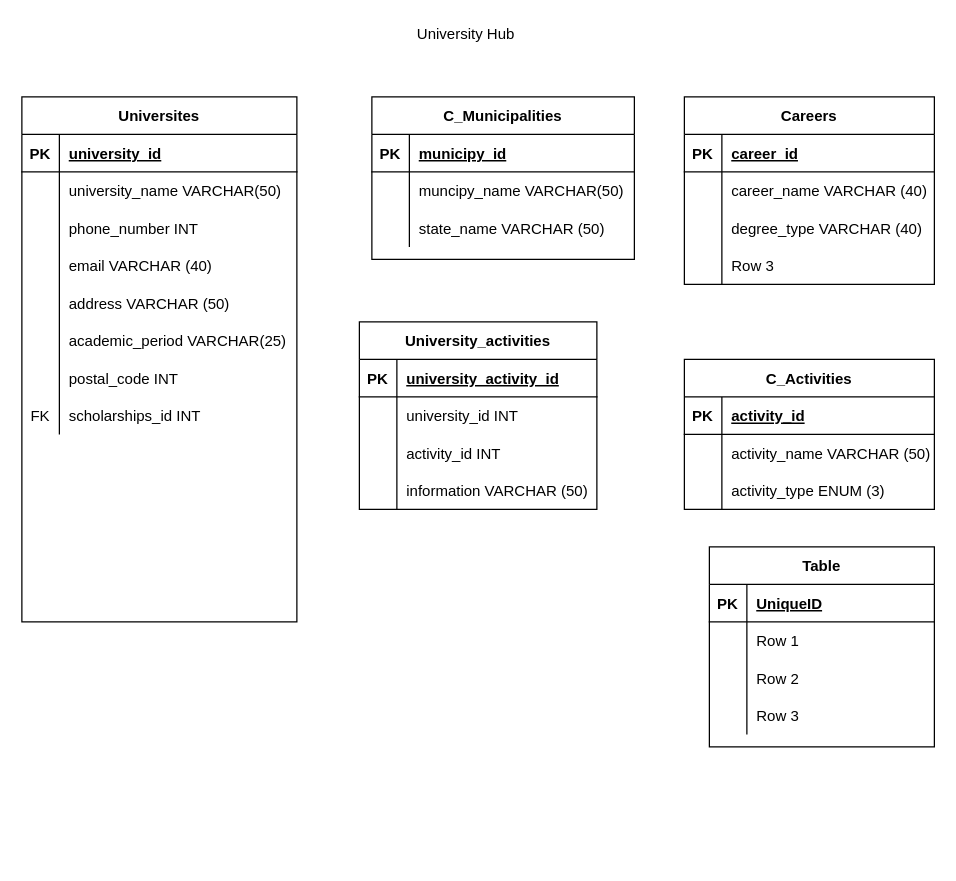
Above: Untitled Diagram.drawio in University-Hub/Entity-Relationship-Model (draw.io), before the change. Source tidied: cells renumbered, new cells numbered last; positions are measured from the earlier drawing's top-left corner, leaving out a move shared by most shapes. Both pictures are drawn from the tidied source at 125%, with x=0, y=0 at pixel (21, 21).
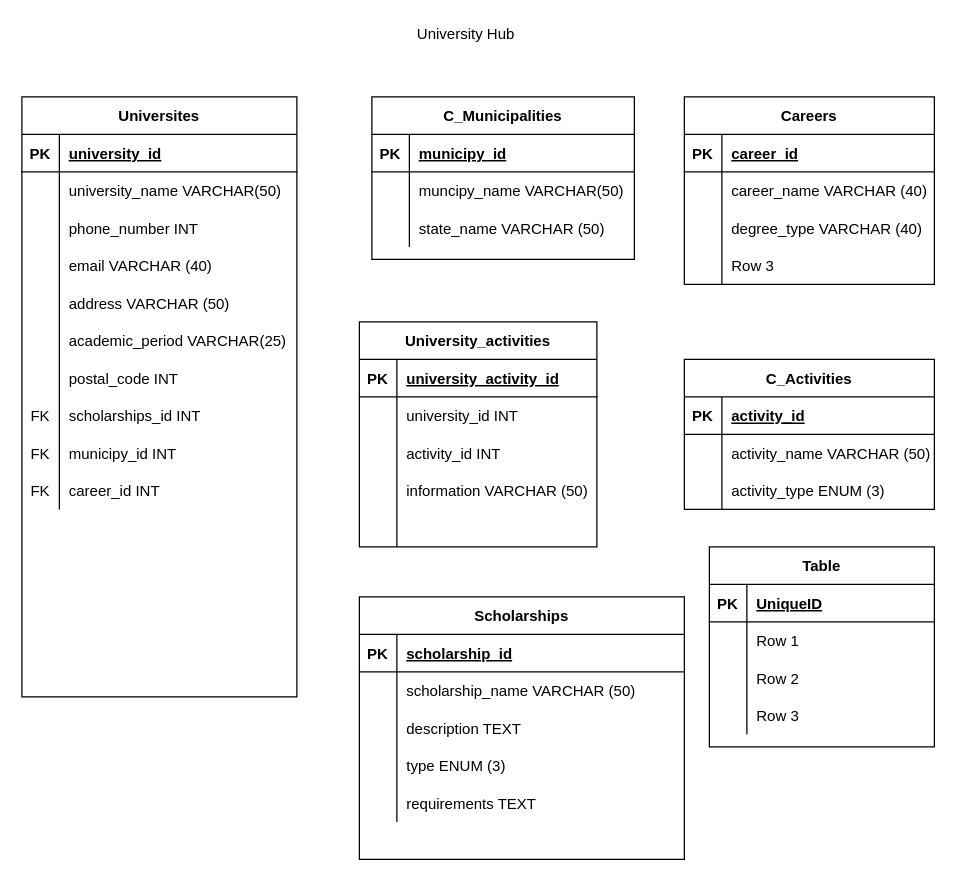
Above is the later version.

What changed in the source:
```diff
@@
     <mxCell id="3" value="Universites" style="shape=table;startSize=30;childLayout=tableLayout;rowLines=0;fontStyle=1;align=center;" parent="1" vertex="1">
-      <mxGeometry y="60" width="220" height="420" as="geometry" />
+      <mxGeometry y="60" width="220" height="480" as="geometry" />
     </mxCell>
@@
+    <mxCell id="87" style="shape=partialRectangle;fillColor=none;top=0;left=0;bottom=0;right=0;" parent="3" vertex="1">
+      <mxGeometry y="270" width="220" height="30" as="geometry" />
+    </mxCell>
+    <mxCell id="88" value="FK" style="shape=partialRectangle;fillColor=none;top=0;left=0;bottom=0;right=0;overflow=hidden;" parent="87" vertex="1">
+      <mxGeometry width="30" height="30" as="geometry" />
+    </mxCell>
+    <mxCell id="89" value="municipy_id INT" style="shape=partialRectangle;fillColor=none;top=0;left=0;bottom=0;right=0;align=left;spacingLeft=6;overflow=hidden;" parent="87" vertex="1">
+      <mxGeometry x="30" width="190" height="30" as="geometry" />
+    </mxCell>
+    <mxCell id="90" style="shape=partialRectangle;fillColor=none;top=0;left=0;bottom=0;right=0;" parent="3" vertex="1">
+      <mxGeometry y="300" width="220" height="30" as="geometry" />
+    </mxCell>
+    <mxCell id="91" value="FK" style="shape=partialRectangle;fillColor=none;top=0;left=0;bottom=0;right=0;overflow=hidden;" parent="90" vertex="1">
+      <mxGeometry width="30" height="30" as="geometry" />
+    </mxCell>
+    <mxCell id="92" value="career_id INT" style="shape=partialRectangle;fillColor=none;top=0;left=0;bottom=0;right=0;align=left;spacingLeft=6;overflow=hidden;" parent="90" vertex="1">
+      <mxGeometry x="30" width="190" height="30" as="geometry" />
+    </mxCell>
@@
     <mxCell id="61" value="University_activities" style="shape=table;startSize=30;childLayout=tableLayout;rowLines=0;fontStyle=1;align=center;" parent="1" vertex="1">
-      <mxGeometry x="270" y="240" width="190" height="150" as="geometry" />
+      <mxGeometry x="270" y="240" width="190" height="180" as="geometry" />
     </mxCell>
@@
+    <mxCell id="93" style="shape=partialRectangle;fillColor=none;top=0;left=0;bottom=0;right=0;" parent="61" vertex="1">
+      <mxGeometry y="150" width="190" height="30" as="geometry" />
+    </mxCell>
+    <mxCell id="94" style="shape=partialRectangle;fillColor=none;top=0;left=0;bottom=0;right=0;overflow=hidden;" parent="93" vertex="1">
+      <mxGeometry width="30" height="30" as="geometry" />
+    </mxCell>
+    <mxCell id="95" style="shape=partialRectangle;fillColor=none;top=0;left=0;bottom=0;right=0;align=left;spacingLeft=6;overflow=hidden;" parent="93" vertex="1">
+      <mxGeometry x="30" width="160" height="30" as="geometry" />
+    </mxCell>
+    <mxCell id="96" value="Scholarships" style="shape=table;startSize=30;childLayout=tableLayout;rowLines=0;fontStyle=1;align=center;" parent="1" vertex="1">
+      <mxGeometry x="270" y="460" width="260" height="210" as="geometry" />
+    </mxCell>
+    <mxCell id="97" style="shape=partialRectangle;fillColor=none;top=0;left=0;bottom=1;right=0;" parent="96" vertex="1">
+      <mxGeometry y="30" width="260" height="30" as="geometry" />
+    </mxCell>
+    <mxCell id="98" value="PK" style="shape=partialRectangle;fillColor=none;top=0;left=0;bottom=0;right=0;fontStyle=1;overflow=hidden;" parent="97" vertex="1">
+      <mxGeometry width="30" height="30" as="geometry" />
+    </mxCell>
+    <mxCell id="99" value="scholarship_id" style="shape=partialRectangle;fillColor=none;top=0;left=0;bottom=0;right=0;align=left;spacingLeft=6;fontStyle=5;overflow=hidden;" parent="97" vertex="1">
+      <mxGeometry x="30" width="230" height="30" as="geometry" />
+    </mxCell>
+    <mxCell id="100" style="shape=partialRectangle;fillColor=none;top=0;left=0;bottom=0;right=0;" parent="96" vertex="1">
+      <mxGeometry y="60" width="260" height="30" as="geometry" />
+    </mxCell>
+    <mxCell id="101" style="shape=partialRectangle;fillColor=none;top=0;left=0;bottom=0;right=0;overflow=hidden;" parent="100" vertex="1">
+      <mxGeometry width="30" height="30" as="geometry" />
+    </mxCell>
+    <mxCell id="102" value="scholarship_name VARCHAR (50)" style="shape=partialRectangle;fillColor=none;top=0;left=0;bottom=0;right=0;align=left;spacingLeft=6;overflow=hidden;" parent="100" vertex="1">
+      <mxGeometry x="30" width="230" height="30" as="geometry" />
+    </mxCell>
+    <mxCell id="103" style="shape=partialRectangle;fillColor=none;top=0;left=0;bottom=0;right=0;" parent="96" vertex="1">
+      <mxGeometry y="90" width="260" height="30" as="geometry" />
+    </mxCell>
+    <mxCell id="104" style="shape=partialRectangle;fillColor=none;top=0;left=0;bottom=0;right=0;overflow=hidden;" parent="103" vertex="1">
+      <mxGeometry width="30" height="30" as="geometry" />
+    </mxCell>
+    <mxCell id="105" value="description TEXT" style="shape=partialRectangle;fillColor=none;top=0;left=0;bottom=0;right=0;align=left;spacingLeft=6;overflow=hidden;" parent="103" vertex="1">
+      <mxGeometry x="30" width="230" height="30" as="geometry" />
+    </mxCell>
+    <mxCell id="106" style="shape=partialRectangle;fillColor=none;top=0;left=0;bottom=0;right=0;" parent="96" vertex="1">
+      <mxGeometry y="120" width="260" height="30" as="geometry" />
+    </mxCell>
+    <mxCell id="107" style="shape=partialRectangle;fillColor=none;top=0;left=0;bottom=0;right=0;overflow=hidden;" parent="106" vertex="1">
+      <mxGeometry width="30" height="30" as="geometry" />
+    </mxCell>
+    <mxCell id="108" value="type ENUM (3)" style="shape=partialRectangle;fillColor=none;top=0;left=0;bottom=0;right=0;align=left;spacingLeft=6;overflow=hidden;" parent="106" vertex="1">
+      <mxGeometry x="30" width="230" height="30" as="geometry" />
+    </mxCell>
+    <mxCell id="109" style="shape=partialRectangle;fillColor=none;top=0;left=0;bottom=0;right=0;" parent="96" vertex="1">
+      <mxGeometry y="150" width="260" height="30" as="geometry" />
+    </mxCell>
+    <mxCell id="110" style="shape=partialRectangle;fillColor=none;top=0;left=0;bottom=0;right=0;overflow=hidden;" parent="109" vertex="1">
+      <mxGeometry width="30" height="30" as="geometry" />
+    </mxCell>
+    <mxCell id="111" value="requirements TEXT" style="shape=partialRectangle;fillColor=none;top=0;left=0;bottom=0;right=0;align=left;spacingLeft=6;overflow=hidden;" parent="109" vertex="1">
+      <mxGeometry x="30" width="230" height="30" as="geometry" />
+    </mxCell>
```
